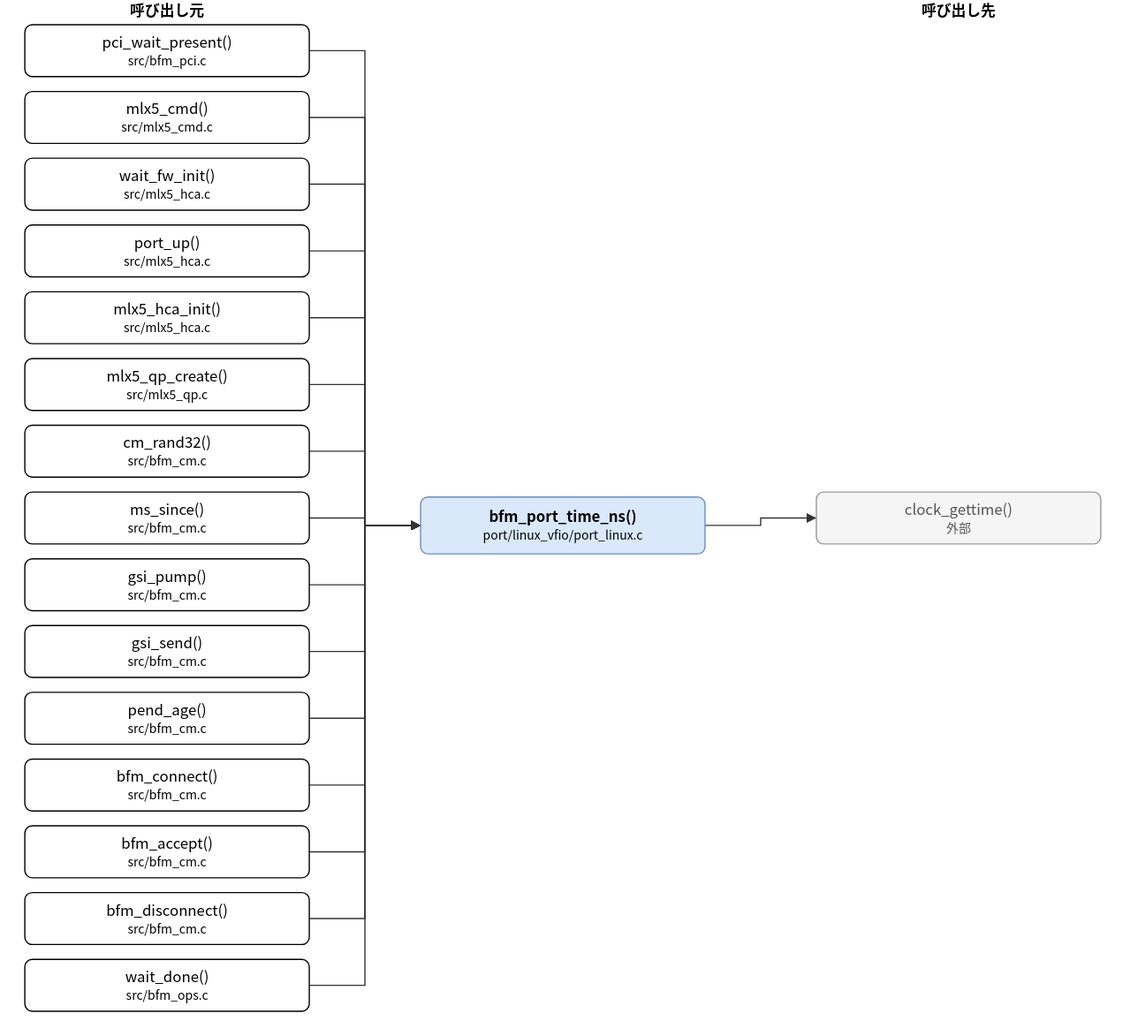
hf355051012-ai/bfmem keeps this draw.io diagram as doc/spec/images/call_port_linux_vfio_port_linux__bfm_port_time_ns.drawio.svg. Above is the earlier version. Source tidied: cells renumbered, new cells last; positions are measured from the earlier drawing's top-left corner, leaving out a move shared by most shapes.
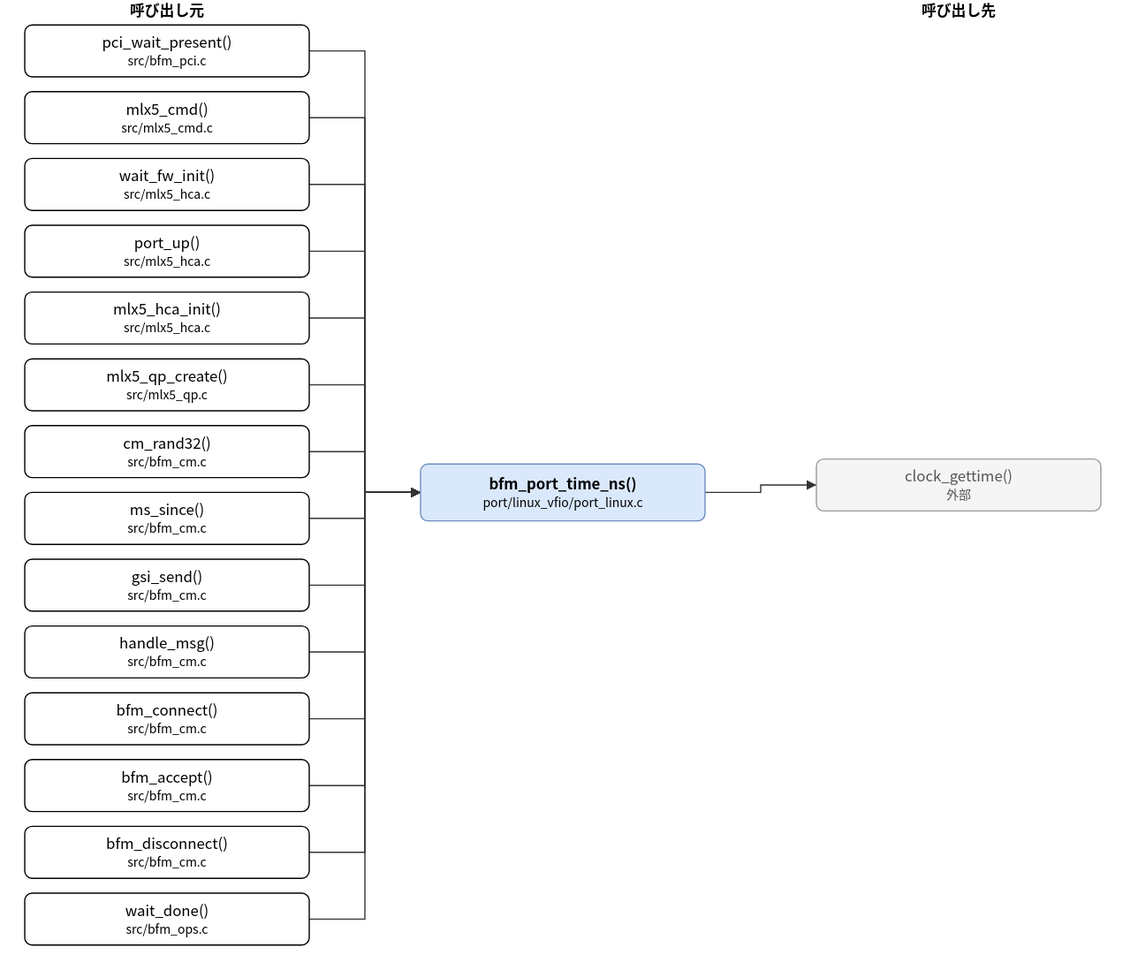
After the commit.

What changed in the source:
```diff
@@ -3,7 +3,7 @@
     <mxCell id="0" />
     <mxCell id="1" parent="0" />
     <mxCell id="2" value="bfm_port_time_ns()&lt;br&gt;&lt;font style=&quot;font-size:10px&quot;&gt;port/linux_vfio/port_linux.c&lt;/font&gt;" style="rounded=1;whiteSpace=wrap;html=1;fillColor=#dae8fc;strokeColor=#6c8ebf;fontStyle=1;" parent="1" vertex="1">
-      <mxGeometry x="320" y="402" width="230" height="46" as="geometry" />
+      <mxGeometry x="320" y="375" width="230" height="46" as="geometry" />
     </mxCell>
     <mxCell id="3" value="pci_wait_present()&lt;br&gt;&lt;font style=&quot;font-size:10px&quot;&gt;src/bfm_pci.c&lt;/font&gt;" style="rounded=1;whiteSpace=wrap;html=1;" parent="1" vertex="1">
       <mxGeometry y="20" width="230" height="42" as="geometry" />
@@ -29,35 +29,32 @@
     <mxCell id="10" value="ms_since()&lt;br&gt;&lt;font style=&quot;font-size:10px&quot;&gt;src/bfm_cm.c&lt;/font&gt;" style="rounded=1;whiteSpace=wrap;html=1;" parent="1" vertex="1">
       <mxGeometry y="398" width="230" height="42" as="geometry" />
     </mxCell>
-    <mxCell id="11" value="gsi_pump()&lt;br&gt;&lt;font style=&quot;font-size:10px&quot;&gt;src/bfm_cm.c&lt;/font&gt;" style="rounded=1;whiteSpace=wrap;html=1;" parent="1" vertex="1">
+    <mxCell id="11" value="gsi_send()&lt;br&gt;&lt;font style=&quot;font-size:10px&quot;&gt;src/bfm_cm.c&lt;/font&gt;" style="rounded=1;whiteSpace=wrap;html=1;" parent="1" vertex="1">
       <mxGeometry y="452" width="230" height="42" as="geometry" />
     </mxCell>
-    <mxCell id="12" value="gsi_send()&lt;br&gt;&lt;font style=&quot;font-size:10px&quot;&gt;src/bfm_cm.c&lt;/font&gt;" style="rounded=1;whiteSpace=wrap;html=1;" parent="1" vertex="1">
+    <mxCell id="12" value="handle_msg()&lt;br&gt;&lt;font style=&quot;font-size:10px&quot;&gt;src/bfm_cm.c&lt;/font&gt;" style="rounded=1;whiteSpace=wrap;html=1;" parent="1" vertex="1">
       <mxGeometry y="506" width="230" height="42" as="geometry" />
     </mxCell>
-    <mxCell id="13" value="pend_age()&lt;br&gt;&lt;font style=&quot;font-size:10px&quot;&gt;src/bfm_cm.c&lt;/font&gt;" style="rounded=1;whiteSpace=wrap;html=1;" parent="1" vertex="1">
+    <mxCell id="13" value="bfm_connect()&lt;br&gt;&lt;font style=&quot;font-size:10px&quot;&gt;src/bfm_cm.c&lt;/font&gt;" style="rounded=1;whiteSpace=wrap;html=1;" parent="1" vertex="1">
       <mxGeometry y="560" width="230" height="42" as="geometry" />
     </mxCell>
-    <mxCell id="14" value="bfm_connect()&lt;br&gt;&lt;font style=&quot;font-size:10px&quot;&gt;src/bfm_cm.c&lt;/font&gt;" style="rounded=1;whiteSpace=wrap;html=1;" parent="1" vertex="1">
+    <mxCell id="14" value="bfm_accept()&lt;br&gt;&lt;font style=&quot;font-size:10px&quot;&gt;src/bfm_cm.c&lt;/font&gt;" style="rounded=1;whiteSpace=wrap;html=1;" parent="1" vertex="1">
       <mxGeometry y="614" width="230" height="42" as="geometry" />
     </mxCell>
-    <mxCell id="15" value="bfm_accept()&lt;br&gt;&lt;font style=&quot;font-size:10px&quot;&gt;src/bfm_cm.c&lt;/font&gt;" style="rounded=1;whiteSpace=wrap;html=1;" parent="1" vertex="1">
+    <mxCell id="15" value="bfm_disconnect()&lt;br&gt;&lt;font style=&quot;font-size:10px&quot;&gt;src/bfm_cm.c&lt;/font&gt;" style="rounded=1;whiteSpace=wrap;html=1;" parent="1" vertex="1">
       <mxGeometry y="668" width="230" height="42" as="geometry" />
     </mxCell>
-    <mxCell id="16" value="bfm_disconnect()&lt;br&gt;&lt;font style=&quot;font-size:10px&quot;&gt;src/bfm_cm.c&lt;/font&gt;" style="rounded=1;whiteSpace=wrap;html=1;" parent="1" vertex="1">
+    <mxCell id="16" value="wait_done()&lt;br&gt;&lt;font style=&quot;font-size:10px&quot;&gt;src/bfm_ops.c&lt;/font&gt;" style="rounded=1;whiteSpace=wrap;html=1;" parent="1" vertex="1">
       <mxGeometry y="722" width="230" height="42" as="geometry" />
     </mxCell>
-    <mxCell id="17" value="wait_done()&lt;br&gt;&lt;font style=&quot;font-size:10px&quot;&gt;src/bfm_ops.c&lt;/font&gt;" style="rounded=1;whiteSpace=wrap;html=1;" parent="1" vertex="1">
-      <mxGeometry y="776" width="230" height="42" as="geometry" />
-    </mxCell>
     <mxCell id="18" value="clock_gettime()&lt;br&gt;&lt;font style=&quot;font-size:10px&quot;&gt;外部&lt;/font&gt;" style="rounded=1;whiteSpace=wrap;html=1;fillColor=#f5f5f5;strokeColor=#999999;fontColor=#555555;" parent="1" vertex="1">
-      <mxGeometry x="640" y="398" width="230" height="42" as="geometry" />
+      <mxGeometry x="640" y="371" width="230" height="42" as="geometry" />
     </mxCell>
     <mxCell id="19" style="edgeStyle=none;html=1;rounded=0;endArrow=block;endFill=1;exitX=1.0000;exitY=0.5000;exitDx=0;exitDy=0;exitPerimeter=0;entryX=0.0000;entryY=0.5000;entryDx=0;entryDy=0;entryPerimeter=0;" parent="1" edge="1" source="3" target="2">
       <mxGeometry relative="1" as="geometry">
         <Array as="points">
           <mxPoint x="275" y="41" />
-          <mxPoint x="275" y="425" />
+          <mxPoint x="275" y="398" />
         </Array>
       </mxGeometry>
     </mxCell>
@@ -65,7 +62,7 @@
       <mxGeometry relative="1" as="geometry">
         <Array as="points">
           <mxPoint x="275" y="95" />
-          <mxPoint x="275" y="425" />
+          <mxPoint x="275" y="398" />
         </Array>
       </mxGeometry>
     </mxCell>
@@ -73,7 +70,7 @@
       <mxGeometry relative="1" as="geometry">
         <Array as="points">
           <mxPoint x="275" y="149" />
-          <mxPoint x="275" y="425" />
+          <mxPoint x="275" y="398" />
         </Array>
       </mxGeometry>
     </mxCell>
@@ -81,7 +78,7 @@
       <mxGeometry relative="1" as="geometry">
         <Array as="points">
           <mxPoint x="275" y="203" />
-          <mxPoint x="275" y="425" />
+          <mxPoint x="275" y="398" />
         </Array>
       </mxGeometry>
     </mxCell>
@@ -89,7 +86,7 @@
       <mxGeometry relative="1" as="geometry">
         <Array as="points">
           <mxPoint x="275" y="257" />
-          <mxPoint x="275" y="425" />
+          <mxPoint x="275" y="398" />
         </Array>
       </mxGeometry>
     </mxCell>
@@ -97,7 +94,7 @@
       <mxGeometry relative="1" as="geometry">
         <Array as="points">
           <mxPoint x="275" y="311" />
-          <mxPoint x="275" y="425" />
+          <mxPoint x="275" y="398" />
         </Array>
       </mxGeometry>
     </mxCell>
@@ -105,7 +102,7 @@
       <mxGeometry relative="1" as="geometry">
         <Array as="points">
           <mxPoint x="275" y="365" />
-          <mxPoint x="275" y="425" />
+          <mxPoint x="275" y="398" />
         </Array>
       </mxGeometry>
     </mxCell>
@@ -113,7 +110,7 @@
       <mxGeometry relative="1" as="geometry">
         <Array as="points">
           <mxPoint x="275" y="419" />
-          <mxPoint x="275" y="425" />
+          <mxPoint x="275" y="398" />
         </Array>
       </mxGeometry>
     </mxCell>
@@ -121,7 +118,7 @@
       <mxGeometry relative="1" as="geometry">
         <Array as="points">
           <mxPoint x="275" y="473" />
-          <mxPoint x="275" y="425" />
+          <mxPoint x="275" y="398" />
         </Array>
       </mxGeometry>
     </mxCell>
@@ -129,7 +126,7 @@
       <mxGeometry relative="1" as="geometry">
         <Array as="points">
           <mxPoint x="275" y="527" />
-          <mxPoint x="275" y="425" />
+          <mxPoint x="275" y="398" />
         </Array>
       </mxGeometry>
     </mxCell>
@@ -137,7 +134,7 @@
       <mxGeometry relative="1" as="geometry">
         <Array as="points">
           <mxPoint x="275" y="581" />
-          <mxPoint x="275" y="425" />
+          <mxPoint x="275" y="398" />
         </Array>
       </mxGeometry>
     </mxCell>
@@ -145,7 +142,7 @@
       <mxGeometry relative="1" as="geometry">
         <Array as="points">
           <mxPoint x="275" y="635" />
-          <mxPoint x="275" y="425" />
+          <mxPoint x="275" y="398" />
         </Array>
       </mxGeometry>
     </mxCell>
@@ -153,7 +150,7 @@
       <mxGeometry relative="1" as="geometry">
         <Array as="points">
           <mxPoint x="275" y="689" />
-          <mxPoint x="275" y="425" />
+          <mxPoint x="275" y="398" />
         </Array>
       </mxGeometry>
     </mxCell>
@@ -161,26 +158,18 @@
       <mxGeometry relative="1" as="geometry">
         <Array as="points">
           <mxPoint x="275" y="743" />
-          <mxPoint x="275" y="425" />
+          <mxPoint x="275" y="398" />
         </Array>
       </mxGeometry>
     </mxCell>
-    <mxCell id="33" style="edgeStyle=none;html=1;rounded=0;endArrow=block;endFill=1;exitX=1.0000;exitY=0.5000;exitDx=0;exitDy=0;exitPerimeter=0;entryX=0.0000;entryY=0.5000;entryDx=0;entryDy=0;entryPerimeter=0;" parent="1" edge="1" source="17" target="2">
+    <mxCell id="33" style="edgeStyle=none;html=1;rounded=0;endArrow=block;endFill=1;exitX=1.0000;exitY=0.5000;exitDx=0;exitDy=0;exitPerimeter=0;entryX=0.0000;entryY=0.5000;entryDx=0;entryDy=0;entryPerimeter=0;" parent="1" edge="1" source="2" target="18">
       <mxGeometry relative="1" as="geometry">
         <Array as="points">
-          <mxPoint x="275" y="797" />
-          <mxPoint x="275" y="425" />
+          <mxPoint x="595" y="398" />
+          <mxPoint x="595" y="392" />
         </Array>
       </mxGeometry>
     </mxCell>
-    <mxCell id="34" style="edgeStyle=none;html=1;rounded=0;endArrow=block;endFill=1;exitX=1.0000;exitY=0.5000;exitDx=0;exitDy=0;exitPerimeter=0;entryX=0.0000;entryY=0.5000;entryDx=0;entryDy=0;entryPerimeter=0;" parent="1" edge="1" source="2" target="18">
-      <mxGeometry relative="1" as="geometry">
-        <Array as="points">
-          <mxPoint x="595" y="425" />
-          <mxPoint x="595" y="419" />
-        </Array>
-      </mxGeometry>
-    </mxCell>
     <mxCell id="35" value="呼び出し元" style="text;html=1;align=center;fontStyle=1;" parent="1" vertex="1">
       <mxGeometry x="35" width="160" height="18" as="geometry" />
     </mxCell>
```
